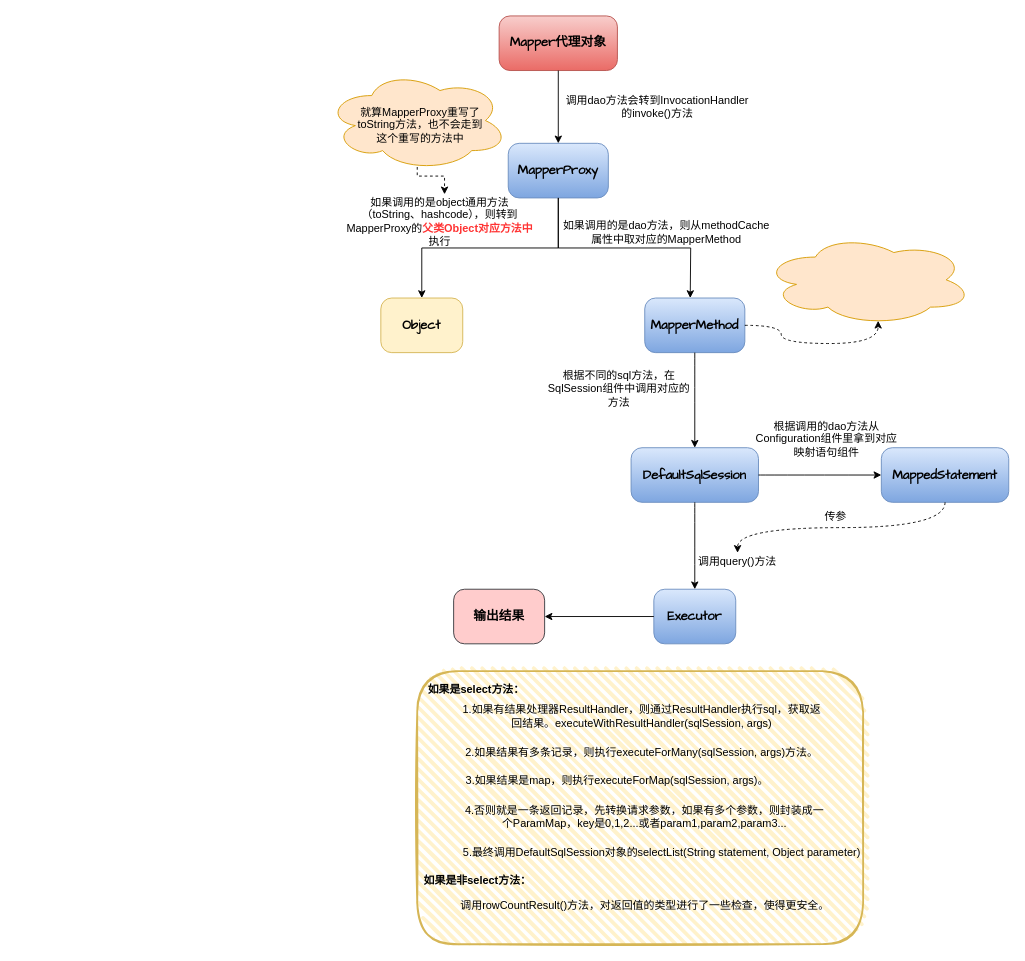
This is page "Mapper调用dao方法" (5 of 5) of MyBatis概要流程.drawio from heweijun123/drawio-database, a draw.io file, before an edit. Source tidied: cells renumbered, new cells numbered last; positions are measured from the earlier drawing's top-left corner, leaving out a move shared by most shapes. Both pictures are drawn from the tidied source at 91%, with x=0, y=0 at pixel (326, 15).
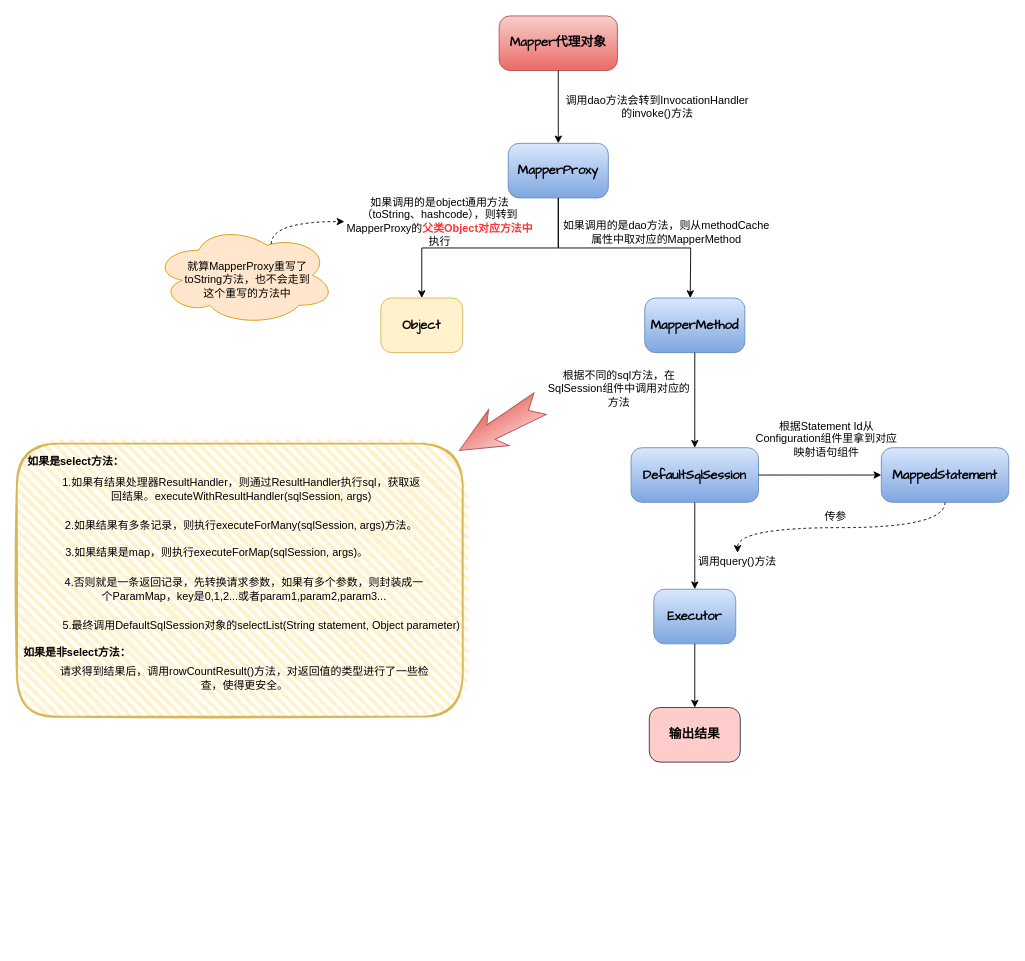
The same diagram, later.

The change refers to these unchanged cells:
```xml
<mxCell id="11" value="如果调用的是object通用方法（toString、hashcode），则转到MapperProxy的&lt;b&gt;&lt;font color=&quot;#ff3333&quot;&gt;父类Object对应方法中&lt;/font&gt;&lt;/b&gt;执行" style="text;html=1;strokeColor=none;fillColor=none;align=center;verticalAlign=middle;whiteSpace=wrap;rounded=0;" parent="1" vertex="1">
  <mxGeometry x="20" y="216" width="210" height="20" as="geometry" />
</mxCell>
<mxCell id="14" style="ellipse;shape=cloud;whiteSpace=wrap;html=1;fillColor=#ffe6cc;strokeColor=#d79b00;" parent="13" vertex="1">
  <mxGeometry width="200" height="110" as="geometry" />
</mxCell>
<mxCell id="19" value="&lt;span style=&quot;font-size: 14px&quot;&gt;&lt;b&gt;MapperMethod&lt;/b&gt;&lt;/span&gt;" style="rounded=1;whiteSpace=wrap;html=1;shadow=0;fontColor=#000000;strokeColor=#6c8ebf;fillColor=#dae8fc;gradientColor=#7ea6e0;arcSize=20;fontFamily=Comic Sans MS;" parent="18" vertex="1">
  <mxGeometry width="110" height="60" as="geometry" />
</mxCell>
<mxCell id="32" value="&lt;span style=&quot;color: rgb(0 , 0 , 0) ; font-size: 14px&quot;&gt;&lt;b&gt;Executor&lt;/b&gt;&lt;/span&gt;" style="rounded=1;whiteSpace=wrap;html=1;shadow=0;fontColor=#000000;strokeColor=#6c8ebf;fillColor=#dae8fc;gradientColor=#7ea6e0;arcSize=20;fontFamily=Comic Sans MS;" parent="31" vertex="1">
  <mxGeometry width="90" height="60" as="geometry" />
</mxCell>
<mxCell id="38" value="&lt;span style=&quot;font-size: 14px&quot;&gt;&lt;b&gt;输出结果&lt;/b&gt;&lt;/span&gt;" style="rounded=1;whiteSpace=wrap;html=1;shadow=0;strokeColor=#36393d;fillColor=#ffcccc;arcSize=20;fontFamily=Comic Sans MS;" parent="37" vertex="1">
  <mxGeometry width="100" height="60" as="geometry" />
</mxCell>
```

Diff of the diagram source:
```diff
@@
-    <mxCell id="12" style="edgeStyle=orthogonalEdgeStyle;rounded=0;orthogonalLoop=1;jettySize=auto;html=1;dashed=1;" parent="1" edge="1">
-      <mxGeometry relative="1" as="geometry">
-        <mxPoint x="100" y="166" as="sourcePoint" />
-        <mxPoint x="130" y="196" as="targetPoint" />
-        <Array as="points">
-          <mxPoint x="100" y="176" />
-          <mxPoint x="130" y="176" />
-        </Array>
-      </mxGeometry>
-    </mxCell>
     <mxCell id="13" style="group;" parent="1" vertex="1">
-      <mxGeometry y="60" width="200" height="110" as="geometry" />
+      <mxGeometry x="-190" y="230" width="200" height="110" as="geometry" />
     </mxCell>
@@
-    <mxCell id="20" style="group;" parent="1" vertex="1">
-      <mxGeometry x="480" y="240" width="230" height="100" as="geometry" />
-    </mxCell>
-    <mxCell id="21" style="ellipse;shape=cloud;whiteSpace=wrap;html=1;strokeColor=#d79b00;fillColor=#ffe6cc;" parent="20" vertex="1">
-      <mxGeometry width="230" height="100" as="geometry" />
-    </mxCell>
-    <mxCell id="22" style="edgeStyle=orthogonalEdgeStyle;rounded=0;jettySize=auto;html=1;exitX=1;exitY=0.5;exitDx=0;exitDy=0;entryX=0.55;entryY=0.95;entryDx=0;entryDy=0;entryPerimeter=0;curved=1;dashed=1;" parent="1" edge="1" source="19" target="21">
-      <mxGeometry relative="1" as="geometry">
-        <Array as="points">
-          <mxPoint x="500" y="340" />
-          <mxPoint x="500" y="360" />
-          <mxPoint x="607" y="360" />
-        </Array>
-      </mxGeometry>
-    </mxCell>
@@
-    <mxCell id="30" value="根据调用的dao方法从Configuration组件里拿到对应映射语句组件" style="text;html=1;strokeColor=none;fillColor=none;align=center;verticalAlign=middle;whiteSpace=wrap;rounded=0;" parent="1" vertex="1">
+    <mxCell id="30" value="根据Statement Id从Configuration组件里拿到对应映射语句组件" style="text;html=1;strokeColor=none;fillColor=none;align=center;verticalAlign=middle;whiteSpace=wrap;rounded=0;" parent="1" vertex="1">
       <mxGeometry x="469" y="454.5" width="162" height="20" as="geometry" />
     </mxCell>
@@
     <mxCell id="37" style="group;" parent="1" vertex="1">
-      <mxGeometry x="140" y="630" width="100" height="60" as="geometry" />
+      <mxGeometry x="355" y="760" width="100" height="60" as="geometry" />
     </mxCell>
@@
-    <mxCell id="39" style="rounded=0;jettySize=auto;html=1;exitX=0;exitY=0.5;exitDx=0;exitDy=0;" parent="1" edge="1" source="32" target="38">
+    <mxCell id="39" style="rounded=0;jettySize=auto;html=1;exitX=0.5;exitY=1;exitDx=0;exitDy=0;entryX=0.5;entryY=0;entryDx=0;entryDy=0;" parent="1" edge="1" source="32" target="38">
       <mxGeometry relative="1" as="geometry">
         <Array as="points">
-          <mxPoint x="240" y="660" />
+          <mxPoint x="405" y="710" />
         </Array>
       </mxGeometry>
     </mxCell>
     <mxCell id="40" style="group;" parent="1" vertex="1">
-      <mxGeometry x="100" y="720" width="494" height="300" as="geometry" />
+      <mxGeometry x="-340" y="470" width="494" height="300" as="geometry" />
     </mxCell>
@@
-    <mxCell id="49" value="调用rowCountResult()方法，对返回值的类型进行了一些检查，使得更安全。" style="text;html=1;strokeColor=none;fillColor=none;align=center;verticalAlign=middle;whiteSpace=wrap;rounded=0;" parent="40" vertex="1">
+    <mxCell id="49" value="请求得到结果后，调用rowCountResult()方法，对返回值的类型进行了一些检查，使得更安全。" style="text;html=1;strokeColor=none;fillColor=none;align=center;verticalAlign=middle;whiteSpace=wrap;rounded=0;" parent="40" vertex="1">
       <mxGeometry x="44" y="250" width="413" height="15" as="geometry" />
     </mxCell>
+    <mxCell id="50" style="html=1;shadow=0;dashed=0;align=center;verticalAlign=middle;shape=mxgraph.arrows2.stylisedArrow;dy=0.6;dx=40;notch=15;feather=0.4;rotation=-210;fillColor=#f8cecc;strokeColor=#b85450;gradientColor=#ea6b66;" parent="1" vertex="1">
+      <mxGeometry x="139.5" y="429" width="102.5" height="45.5" as="geometry" />
+    </mxCell>
+    <mxCell id="51" style="edgeStyle=orthogonalEdgeStyle;curved=1;rounded=0;jettySize=auto;html=1;exitX=0.648;exitY=0.187;exitDx=0;exitDy=0;exitPerimeter=0;dashed=1;entryX=0;entryY=0.5;entryDx=0;entryDy=0;" parent="1" edge="1" source="14" target="11">
+      <mxGeometry relative="1" as="geometry">
+        <Array as="points">
+          <mxPoint x="-60" y="226" />
+        </Array>
+      </mxGeometry>
+    </mxCell>
```
